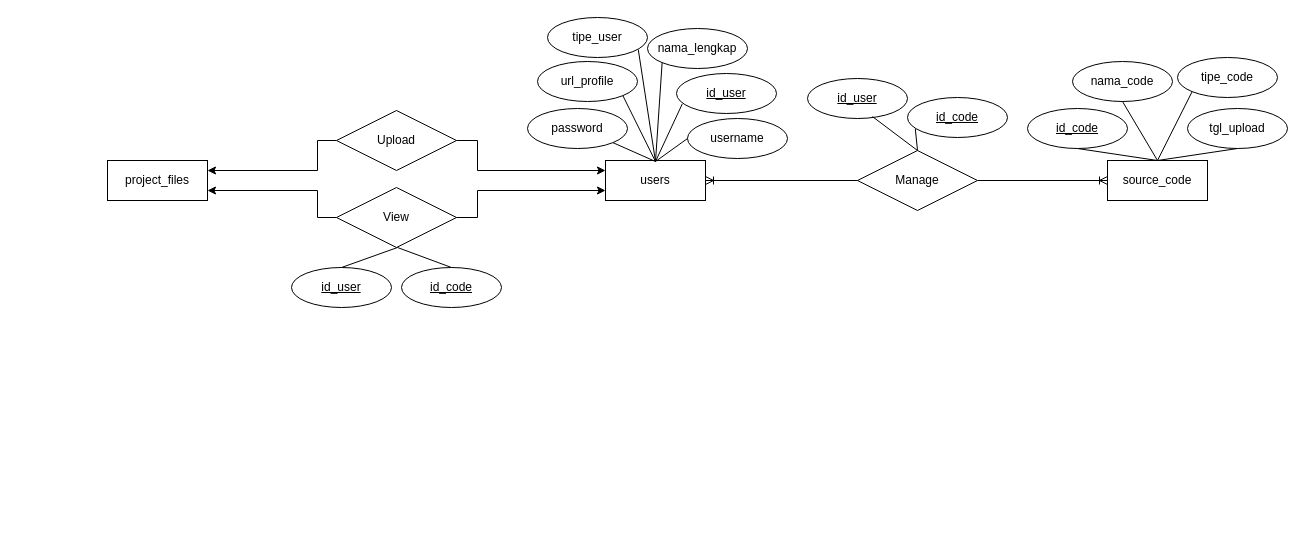
The draw.io diagram page "ERD" (8 of 9) of KP2.drawio in dapzz-id/DrawIO, before the edit. Source tidied: cells renumbered, new cells numbered last; positions are measured from the earlier drawing's top-left corner, leaving out a move shared by most shapes. Both pictures are drawn from the tidied source at 100%, with x=0, y=0 at pixel (107, 17).
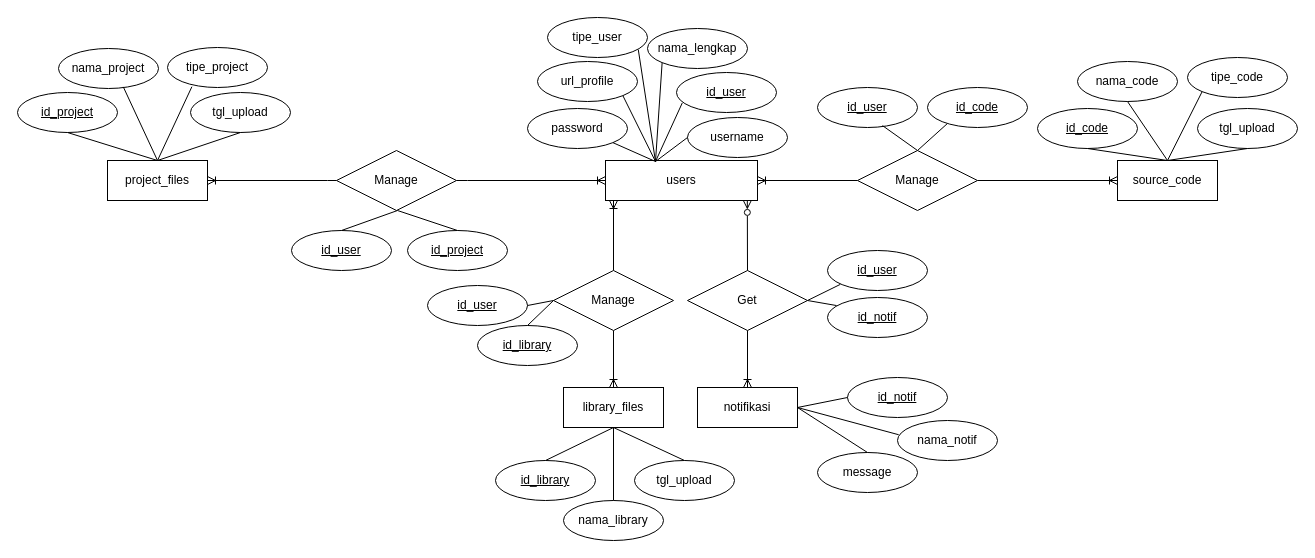
The same diagram, later.

Unchanged cells that the change refers to:
```xml
<mxCell id="18" value="Manage" style="shape=rhombus;perimeter=rhombusPerimeter;whiteSpace=wrap;html=1;align=center;" parent="1" vertex="1">
  <mxGeometry x="750" y="133" width="120" height="60" as="geometry" />
</mxCell>
<mxCell id="39" value="project_files" style="whiteSpace=wrap;html=1;align=center;" parent="1" vertex="1">
  <mxGeometry y="143" width="100" height="40" as="geometry" />
</mxCell>
```

Diff of the diagram source:
```diff
@@
     <mxCell id="2" value="users" style="whiteSpace=wrap;html=1;align=center;" parent="1" vertex="1">
-      <mxGeometry x="498" y="143" width="100" height="40" as="geometry" />
+      <mxGeometry x="498" y="143" width="152" height="40" as="geometry" />
     </mxCell>
     <mxCell id="3" value="id_user" style="ellipse;whiteSpace=wrap;html=1;align=center;fontStyle=4;" parent="1" vertex="1">
-      <mxGeometry x="569" y="56" width="100" height="40" as="geometry" />
+      <mxGeometry x="569" y="55" width="100" height="40" as="geometry" />
     </mxCell>
@@
     <mxCell id="7" value="username" style="ellipse;whiteSpace=wrap;html=1;align=center;" parent="1" vertex="1">
-      <mxGeometry x="580" y="101" width="100" height="40" as="geometry" />
+      <mxGeometry x="580" y="100" width="100" height="40" as="geometry" />
     </mxCell>
@@
     <mxCell id="15" value="source_code" style="whiteSpace=wrap;html=1;align=center;" parent="1" vertex="1">
-      <mxGeometry x="1000" y="143" width="100" height="40" as="geometry" />
+      <mxGeometry x="1010" y="143" width="100" height="40" as="geometry" />
     </mxCell>
@@
     <mxCell id="19" value="id_code" style="ellipse;whiteSpace=wrap;html=1;align=center;fontStyle=4;" parent="1" vertex="1">
-      <mxGeometry x="800" y="80" width="100" height="40" as="geometry" />
+      <mxGeometry x="820" y="70" width="100" height="40" as="geometry" />
     </mxCell>
     <mxCell id="20" value="id_user" style="ellipse;whiteSpace=wrap;html=1;align=center;fontStyle=4;" parent="1" vertex="1">
-      <mxGeometry x="700" y="61" width="100" height="40" as="geometry" />
+      <mxGeometry x="710" y="70" width="100" height="40" as="geometry" />
     </mxCell>
@@
-    <mxCell id="22" style="endArrow=none;html=1;rounded=0;exitX=0.078;exitY=0.782;exitDx=0;exitDy=0;entryX=0.5;entryY=0;entryDx=0;entryDy=0;exitPerimeter=0;" parent="1" edge="1" source="19" target="18">
+    <mxCell id="22" style="endArrow=none;html=1;rounded=0;exitX=0.195;exitY=0.91;exitDx=0;exitDy=0;entryX=0.5;entryY=0;entryDx=0;entryDy=0;exitPerimeter=0;" parent="1" edge="1" source="19" target="18">
       <mxGeometry relative="1" as="geometry" />
     </mxCell>
     <mxCell id="23" value="id_code" style="ellipse;whiteSpace=wrap;html=1;align=center;fontStyle=4;" parent="1" vertex="1">
-      <mxGeometry x="920" y="91" width="100" height="40" as="geometry" />
+      <mxGeometry x="930" y="91" width="100" height="40" as="geometry" />
     </mxCell>
@@
     <mxCell id="25" value="nama_code" style="ellipse;whiteSpace=wrap;html=1;align=center;" parent="1" vertex="1">
-      <mxGeometry x="965" y="44" width="100" height="40" as="geometry" />
+      <mxGeometry x="970" y="44" width="100" height="40" as="geometry" />
     </mxCell>
@@
     <mxCell id="27" value="tipe_code" style="ellipse;whiteSpace=wrap;html=1;align=center;" parent="1" vertex="1">
-      <mxGeometry x="1070" y="40" width="100" height="40" as="geometry" />
+      <mxGeometry x="1080" y="40" width="100" height="40" as="geometry" />
     </mxCell>
@@
-    <mxCell id="29" style="edgeStyle=orthogonalEdgeStyle;rounded=0;jettySize=auto;html=1;exitX=1;exitY=0.5;exitDx=0;exitDy=0;entryX=0;entryY=0.25;entryDx=0;entryDy=0;" parent="1" edge="1" source="31" target="2">
-      <mxGeometry relative="1" as="geometry">
-        <Array as="points">
-          <mxPoint x="370" y="123" />
-          <mxPoint x="370" y="153" />
-        </Array>
-      </mxGeometry>
-    </mxCell>
-    <mxCell id="30" style="edgeStyle=orthogonalEdgeStyle;rounded=0;jettySize=auto;html=1;exitX=0;exitY=0.5;exitDx=0;exitDy=0;entryX=1;entryY=0.25;entryDx=0;entryDy=0;" parent="1" edge="1" source="31" target="39">
-      <mxGeometry relative="1" as="geometry">
-        <Array as="points">
-          <mxPoint x="210" y="123" />
-          <mxPoint x="210" y="153" />
-        </Array>
-      </mxGeometry>
-    </mxCell>
-    <mxCell id="31" value="Upload" style="shape=rhombus;perimeter=rhombusPerimeter;whiteSpace=wrap;html=1;align=center;" parent="1" vertex="1">
-      <mxGeometry x="229" y="93" width="120" height="60" as="geometry" />
-    </mxCell>
-    <mxCell id="32" style="edgeStyle=orthogonalEdgeStyle;rounded=0;jettySize=auto;html=1;exitX=1;exitY=0.5;exitDx=0;exitDy=0;entryX=0;entryY=0.75;entryDx=0;entryDy=0;" parent="1" edge="1" source="34" target="2">
+    <mxCell id="32" style="edgeStyle=orthogonalEdgeStyle;rounded=0;jettySize=auto;html=1;exitX=1;exitY=0.5;exitDx=0;exitDy=0;entryX=0;entryY=0.5;entryDx=0;entryDy=0;endArrow=ERoneToMany;endFill=0;" parent="1" edge="1" source="34" target="2">
       <mxGeometry relative="1" as="geometry">
         <Array as="points">
-          <mxPoint x="370" y="200" />
-          <mxPoint x="370" y="173" />
+          <mxPoint x="360" y="163" />
+          <mxPoint x="360" y="163" />
         </Array>
       </mxGeometry>
     </mxCell>
-    <mxCell id="33" style="edgeStyle=orthogonalEdgeStyle;rounded=0;jettySize=auto;html=1;exitX=0;exitY=0.5;exitDx=0;exitDy=0;entryX=1;entryY=0.75;entryDx=0;entryDy=0;" parent="1" edge="1" source="34" target="39">
+    <mxCell id="33" style="edgeStyle=orthogonalEdgeStyle;rounded=0;jettySize=auto;html=1;exitX=0;exitY=0.5;exitDx=0;exitDy=0;entryX=1;entryY=0.5;entryDx=0;entryDy=0;endArrow=ERoneToMany;endFill=0;" parent="1" edge="1" source="34" target="39">
       <mxGeometry relative="1" as="geometry">
         <Array as="points">
-          <mxPoint x="210" y="200" />
-          <mxPoint x="210" y="173" />
+          <mxPoint x="220" y="163" />
+          <mxPoint x="220" y="163" />
         </Array>
       </mxGeometry>
     </mxCell>
-    <mxCell id="34" value="View" style="shape=rhombus;perimeter=rhombusPerimeter;whiteSpace=wrap;html=1;align=center;" parent="1" vertex="1">
-      <mxGeometry x="229" y="170" width="120" height="60" as="geometry" />
+    <mxCell id="34" value="Manage" style="shape=rhombus;perimeter=rhombusPerimeter;whiteSpace=wrap;html=1;align=center;" parent="1" vertex="1">
+      <mxGeometry x="229" y="133" width="120" height="60" as="geometry" />
     </mxCell>
     <mxCell id="35" value="id_user" style="ellipse;whiteSpace=wrap;html=1;align=center;fontStyle=4;" parent="1" vertex="1">
-      <mxGeometry x="184" y="250" width="100" height="40" as="geometry" />
+      <mxGeometry x="184" y="213" width="100" height="40" as="geometry" />
     </mxCell>
-    <mxCell id="36" value="id_code" style="ellipse;whiteSpace=wrap;html=1;align=center;fontStyle=4;" parent="1" vertex="1">
-      <mxGeometry x="294" y="250" width="100" height="40" as="geometry" />
+    <mxCell id="36" value="id_project" style="ellipse;whiteSpace=wrap;html=1;align=center;fontStyle=4;" parent="1" vertex="1">
+      <mxGeometry x="300" y="213" width="100" height="40" as="geometry" />
     </mxCell>
     <mxCell id="37" style="endArrow=none;html=1;rounded=0;exitX=0.5;exitY=0;exitDx=0;exitDy=0;entryX=0.5;entryY=1;entryDx=0;entryDy=0;" parent="1" edge="1" source="35">
       <mxGeometry relative="1" as="geometry">
-        <mxPoint x="290" y="230" as="targetPoint" />
+        <mxPoint x="290" y="193" as="targetPoint" />
       </mxGeometry>
     </mxCell>
     <mxCell id="38" style="endArrow=none;html=1;rounded=0;exitX=0.5;exitY=1;exitDx=0;exitDy=0;entryX=0.5;entryY=0;entryDx=0;entryDy=0;" parent="1" edge="1" target="36">
       <mxGeometry relative="1" as="geometry">
-        <mxPoint x="290" y="230" as="sourcePoint" />
+        <mxPoint x="290" y="193" as="sourcePoint" />
       </mxGeometry>
     </mxCell>
@@
     <mxCell id="40" value="tgl_upload" style="ellipse;whiteSpace=wrap;html=1;align=center;" parent="1" vertex="1">
-      <mxGeometry x="1080" y="91" width="100" height="40" as="geometry" />
+      <mxGeometry x="1090" y="91" width="100" height="40" as="geometry" />
     </mxCell>
@@
+    <mxCell id="42" value="id_project" style="ellipse;whiteSpace=wrap;html=1;align=center;fontStyle=4;" parent="1" vertex="1">
+      <mxGeometry x="-90" y="75" width="100" height="40" as="geometry" />
+    </mxCell>
+    <mxCell id="43" value="nama_project" style="ellipse;whiteSpace=wrap;html=1;align=center;" parent="1" vertex="1">
+      <mxGeometry x="-49" y="31" width="100" height="40" as="geometry" />
+    </mxCell>
+    <mxCell id="44" value="tipe_project" style="ellipse;whiteSpace=wrap;html=1;align=center;" parent="1" vertex="1">
+      <mxGeometry x="60" y="30" width="100" height="40" as="geometry" />
+    </mxCell>
+    <mxCell id="45" value="tgl_upload" style="ellipse;whiteSpace=wrap;html=1;align=center;" parent="1" vertex="1">
+      <mxGeometry x="83" y="75" width="100" height="40" as="geometry" />
+    </mxCell>
+    <mxCell id="46" style="endArrow=none;html=1;rounded=0;exitX=0.5;exitY=1;exitDx=0;exitDy=0;entryX=0.5;entryY=0;entryDx=0;entryDy=0;" parent="1" edge="1" source="45" target="39">
+      <mxGeometry relative="1" as="geometry" />
+    </mxCell>
+    <mxCell id="47" style="endArrow=none;html=1;rounded=0;exitX=0.5;exitY=1;exitDx=0;exitDy=0;entryX=0.5;entryY=0;entryDx=0;entryDy=0;" parent="1" edge="1" source="42" target="39">
+      <mxGeometry relative="1" as="geometry" />
+    </mxCell>
+    <mxCell id="48" style="endArrow=none;html=1;rounded=0;exitX=0.648;exitY=0.96;exitDx=0;exitDy=0;exitPerimeter=0;entryX=0.5;entryY=0;entryDx=0;entryDy=0;" parent="1" edge="1" source="43" target="39">
+      <mxGeometry relative="1" as="geometry" />
+    </mxCell>
+    <mxCell id="49" style="endArrow=none;html=1;rounded=0;exitX=0.244;exitY=0.98;exitDx=0;exitDy=0;exitPerimeter=0;entryX=0.5;entryY=0;entryDx=0;entryDy=0;" parent="1" edge="1" source="44" target="39">
+      <mxGeometry relative="1" as="geometry" />
+    </mxCell>
+    <mxCell id="50" style="edgeStyle=orthogonalEdgeStyle;rounded=0;jettySize=auto;html=1;endArrow=ERoneToMany;endFill=0;" parent="1" edge="1" source="51" target="53">
+      <mxGeometry relative="1" as="geometry" />
+    </mxCell>
+    <mxCell id="51" value="Manage" style="shape=rhombus;perimeter=rhombusPerimeter;whiteSpace=wrap;html=1;align=center;" parent="1" vertex="1">
+      <mxGeometry x="446" y="253" width="120" height="60" as="geometry" />
+    </mxCell>
+    <mxCell id="52" style="endArrow=none;html=1;rounded=0;exitX=0.5;exitY=1;exitDx=0;exitDy=0;entryX=0.5;entryY=0;entryDx=0;entryDy=0;startArrow=ERoneToMany;startFill=0;" parent="1" edge="1" target="51">
+      <mxGeometry relative="1" as="geometry">
+        <mxPoint x="506" y="183" as="sourcePoint" />
+      </mxGeometry>
+    </mxCell>
+    <mxCell id="53" value="library_files" style="whiteSpace=wrap;html=1;align=center;" parent="1" vertex="1">
+      <mxGeometry x="456" y="370" width="100" height="40" as="geometry" />
+    </mxCell>
+    <mxCell id="54" value="id_user" style="ellipse;whiteSpace=wrap;html=1;align=center;fontStyle=4;" parent="1" vertex="1">
+      <mxGeometry x="320" y="268" width="100" height="40" as="geometry" />
+    </mxCell>
+    <mxCell id="55" value="id_library" style="ellipse;whiteSpace=wrap;html=1;align=center;fontStyle=4;" parent="1" vertex="1">
+      <mxGeometry x="370" y="308" width="100" height="40" as="geometry" />
+    </mxCell>
+    <mxCell id="56" value="id_library" style="ellipse;whiteSpace=wrap;html=1;align=center;fontStyle=4;" parent="1" vertex="1">
+      <mxGeometry x="388" y="443" width="100" height="40" as="geometry" />
+    </mxCell>
+    <mxCell id="57" value="nama_library" style="ellipse;whiteSpace=wrap;html=1;align=center;" parent="1" vertex="1">
+      <mxGeometry x="456" y="483" width="100" height="40" as="geometry" />
+    </mxCell>
+    <mxCell id="58" value="tgl_upload" style="ellipse;whiteSpace=wrap;html=1;align=center;" parent="1" vertex="1">
+      <mxGeometry x="527" y="443" width="100" height="40" as="geometry" />
+    </mxCell>
+    <mxCell id="59" style="endArrow=none;html=1;rounded=0;exitX=0.5;exitY=1;exitDx=0;exitDy=0;entryX=0.5;entryY=0;entryDx=0;entryDy=0;" parent="1" edge="1" source="53" target="56">
+      <mxGeometry relative="1" as="geometry" />
+    </mxCell>
+    <mxCell id="60" style="endArrow=none;html=1;rounded=0;exitX=0.5;exitY=1;exitDx=0;exitDy=0;entryX=0.5;entryY=0;entryDx=0;entryDy=0;" parent="1" edge="1" source="53" target="57">
+      <mxGeometry relative="1" as="geometry" />
+    </mxCell>
+    <mxCell id="61" style="endArrow=none;html=1;rounded=0;exitX=0.5;exitY=1;exitDx=0;exitDy=0;entryX=0.5;entryY=0;entryDx=0;entryDy=0;" parent="1" edge="1" source="53" target="58">
+      <mxGeometry relative="1" as="geometry" />
+    </mxCell>
+    <mxCell id="62" value="notifikasi" style="whiteSpace=wrap;html=1;align=center;" parent="1" vertex="1">
+      <mxGeometry x="590" y="370" width="100" height="40" as="geometry" />
+    </mxCell>
+    <mxCell id="63" style="edgeStyle=orthogonalEdgeStyle;rounded=0;jettySize=auto;html=1;endArrow=ERoneToMany;endFill=0;" parent="1" edge="1" source="64" target="62">
+      <mxGeometry relative="1" as="geometry" />
+    </mxCell>
+    <mxCell id="64" value="Get" style="shape=rhombus;perimeter=rhombusPerimeter;whiteSpace=wrap;html=1;align=center;" parent="1" vertex="1">
+      <mxGeometry x="580" y="253" width="120" height="60" as="geometry" />
+    </mxCell>
+    <mxCell id="65" style="endArrow=none;html=1;rounded=0;entryX=0;entryY=0.5;entryDx=0;entryDy=0;exitX=1;exitY=0.5;exitDx=0;exitDy=0;" parent="1" edge="1" source="54" target="51">
+      <mxGeometry relative="1" as="geometry" />
+    </mxCell>
+    <mxCell id="66" style="endArrow=none;html=1;rounded=0;entryX=0;entryY=0.5;entryDx=0;entryDy=0;exitX=0.5;exitY=0;exitDx=0;exitDy=0;" parent="1" edge="1" source="55" target="51">
+      <mxGeometry relative="1" as="geometry" />
+    </mxCell>
+    <mxCell id="67" style="endArrow=none;html=1;rounded=0;exitX=0.933;exitY=0.998;exitDx=0;exitDy=0;exitPerimeter=0;entryX=0.5;entryY=0;entryDx=0;entryDy=0;startArrow=ERzeroToMany;startFill=0;" parent="1" edge="1" source="2" target="64">
+      <mxGeometry relative="1" as="geometry" />
+    </mxCell>
+    <mxCell id="68" value="id_user" style="ellipse;whiteSpace=wrap;html=1;align=center;fontStyle=4;" parent="1" vertex="1">
+      <mxGeometry x="720" y="233" width="100" height="40" as="geometry" />
+    </mxCell>
+    <mxCell id="69" value="id_notif" style="ellipse;whiteSpace=wrap;html=1;align=center;fontStyle=4;" parent="1" vertex="1">
+      <mxGeometry x="720" y="280" width="100" height="40" as="geometry" />
+    </mxCell>
+    <mxCell id="70" style="endArrow=none;html=1;rounded=0;exitX=1;exitY=0.5;exitDx=0;exitDy=0;entryX=0.128;entryY=0.847;entryDx=0;entryDy=0;entryPerimeter=0;" parent="1" edge="1" source="64" target="68">
+      <mxGeometry relative="1" as="geometry" />
+    </mxCell>
+    <mxCell id="71" style="endArrow=none;html=1;rounded=0;exitX=1;exitY=0.5;exitDx=0;exitDy=0;entryX=0.09;entryY=0.201;entryDx=0;entryDy=0;entryPerimeter=0;" parent="1" edge="1" source="64" target="69">
+      <mxGeometry relative="1" as="geometry" />
+    </mxCell>
+    <mxCell id="72" value="id_notif" style="ellipse;whiteSpace=wrap;html=1;align=center;fontStyle=4;" parent="1" vertex="1">
+      <mxGeometry x="740" y="360" width="100" height="40" as="geometry" />
+    </mxCell>
+    <mxCell id="73" style="endArrow=none;html=1;rounded=0;exitX=1;exitY=0.5;exitDx=0;exitDy=0;entryX=0;entryY=0.5;entryDx=0;entryDy=0;" parent="1" edge="1" source="62" target="72">
+      <mxGeometry relative="1" as="geometry" />
+    </mxCell>
+    <mxCell id="74" value="nama_notif" style="ellipse;whiteSpace=wrap;html=1;align=center;" parent="1" vertex="1">
+      <mxGeometry x="790" y="403" width="100" height="40" as="geometry" />
+    </mxCell>
+    <mxCell id="75" style="endArrow=none;html=1;rounded=0;exitX=1;exitY=0.5;exitDx=0;exitDy=0;entryX=0.012;entryY=0.356;entryDx=0;entryDy=0;entryPerimeter=0;" parent="1" edge="1" source="62" target="74">
+      <mxGeometry relative="1" as="geometry" />
+    </mxCell>
+    <mxCell id="76" value="message" style="ellipse;whiteSpace=wrap;html=1;align=center;" parent="1" vertex="1">
+      <mxGeometry x="710" y="435" width="100" height="40" as="geometry" />
+    </mxCell>
+    <mxCell id="77" style="endArrow=none;html=1;rounded=0;exitX=1;exitY=0.5;exitDx=0;exitDy=0;entryX=0.5;entryY=0;entryDx=0;entryDy=0;" parent="1" edge="1" source="62" target="76">
+      <mxGeometry relative="1" as="geometry" />
+    </mxCell>
```
